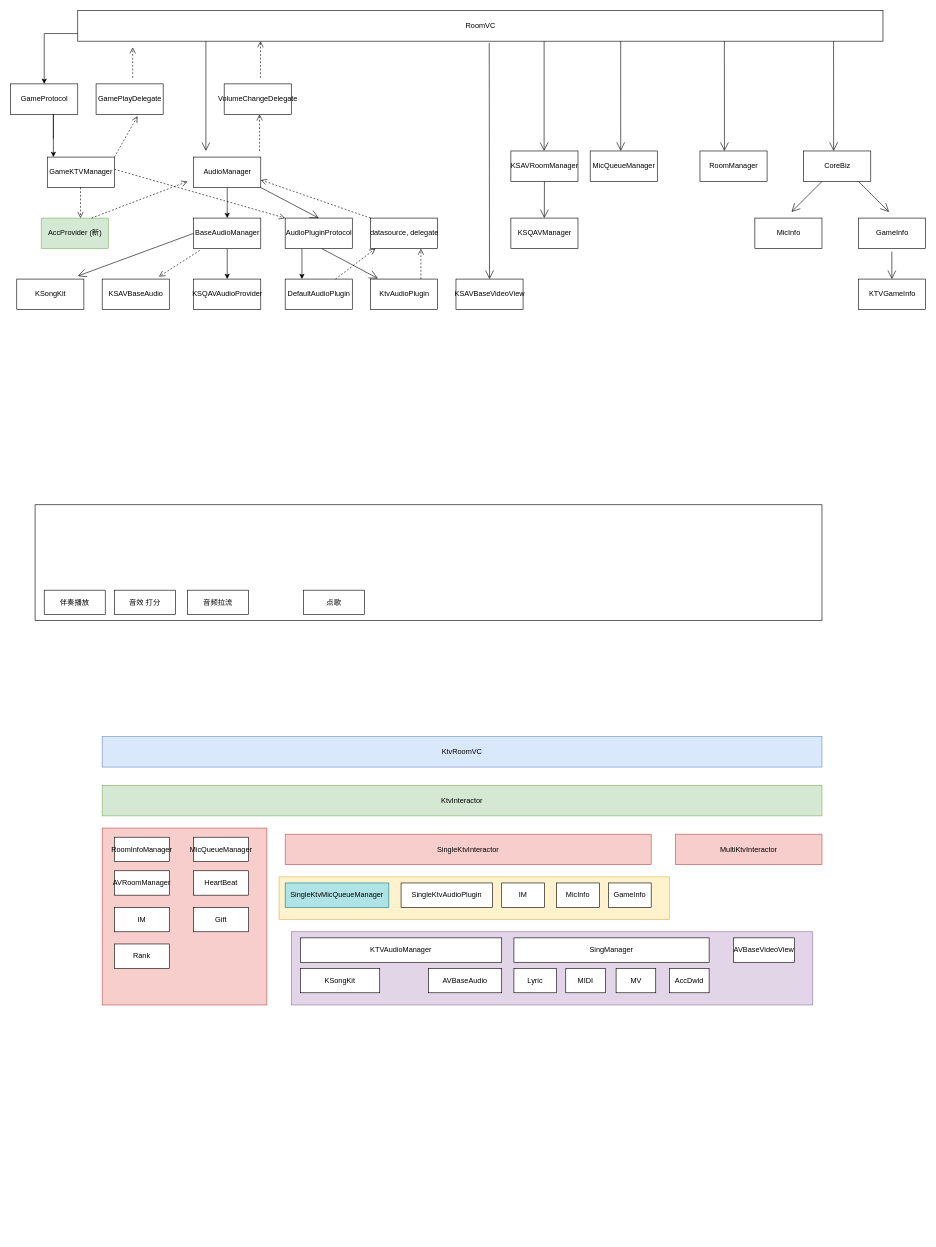
Above: KTVRoomFramework.drawio in lixianmao/App (draw.io), before the change. Source tidied: cells renumbered, new cells numbered last; positions are measured from the earlier drawing's top-left corner, leaving out a move shared by most shapes. Both pictures are drawn from the tidied source at 61%, with x=0, y=0 at pixel (10, 10).
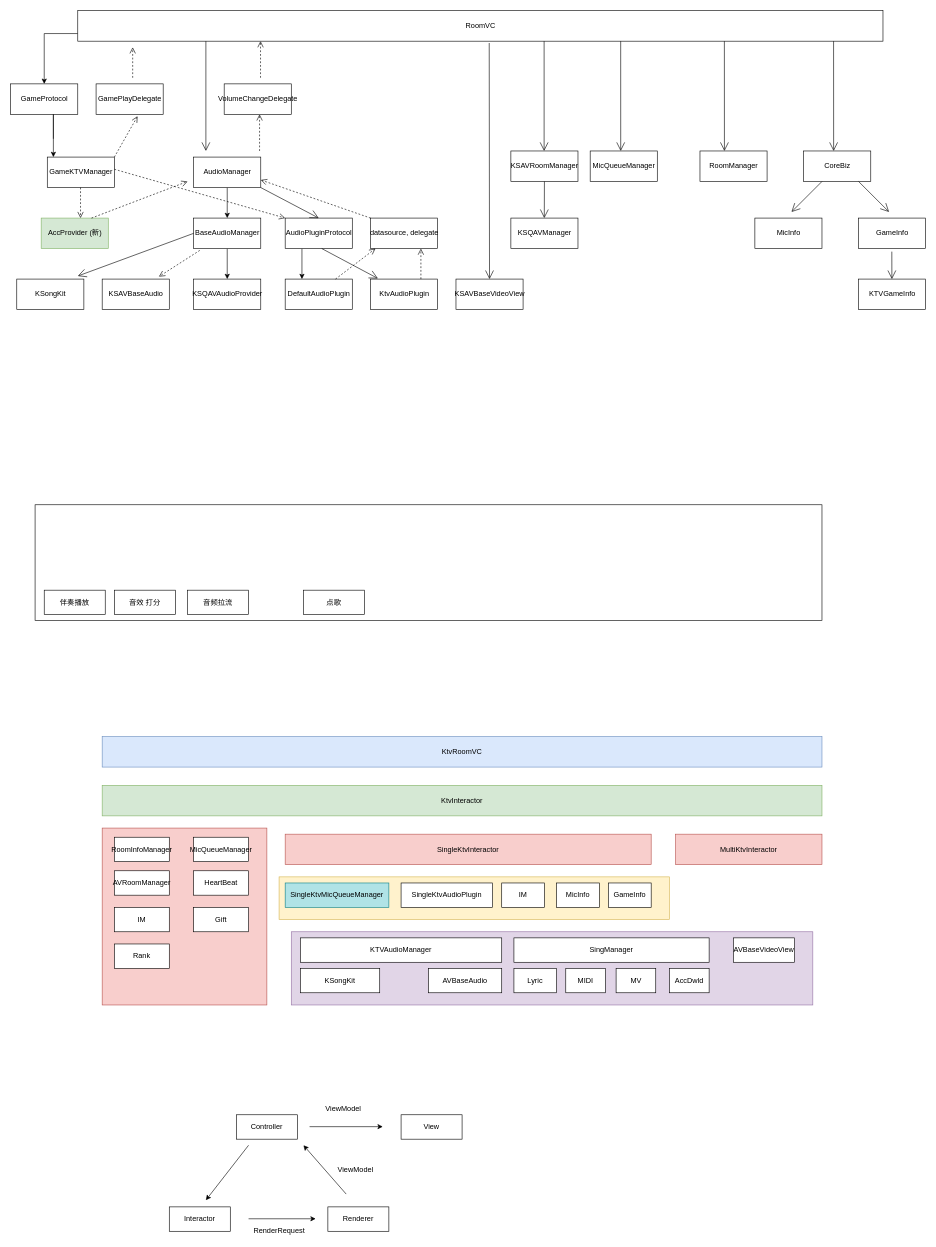
After the change.

Change to the diagram source:
```diff
@@
+    <mxCell id="88" value="Controller" style="rounded=0;whiteSpace=wrap;html=1;" parent="1" vertex="1">
+      <mxGeometry x="370" y="1810" width="100" height="40" as="geometry" />
+    </mxCell>
+    <mxCell id="89" value="Interactor" style="rounded=0;whiteSpace=wrap;html=1;" parent="1" vertex="1">
+      <mxGeometry x="260" y="1961" width="100" height="40" as="geometry" />
+    </mxCell>
+    <mxCell id="90" value="Renderer" style="rounded=0;whiteSpace=wrap;html=1;" parent="1" vertex="1">
+      <mxGeometry x="520" y="1961" width="100" height="40" as="geometry" />
+    </mxCell>
+    <mxCell id="91" value="View" style="rounded=0;whiteSpace=wrap;html=1;" parent="1" vertex="1">
+      <mxGeometry x="640" y="1810" width="100" height="40" as="geometry" />
+    </mxCell>
+    <mxCell id="92" style="endArrow=classic;html=1;" parent="1" edge="1">
+      <mxGeometry relative="1" as="geometry">
+        <mxPoint x="390" y="1860" as="sourcePoint" />
+        <mxPoint x="320" y="1950" as="targetPoint" />
+      </mxGeometry>
+    </mxCell>
+    <mxCell id="93" style="endArrow=classic;html=1;" parent="1" edge="1">
+      <mxGeometry relative="1" as="geometry">
+        <mxPoint x="390" y="1980.5" as="sourcePoint" />
+        <mxPoint x="500" y="1980.5" as="targetPoint" />
+      </mxGeometry>
+    </mxCell>
+    <mxCell id="94" style="endArrow=classic;html=1;" parent="1" edge="1">
+      <mxGeometry relative="1" as="geometry">
+        <mxPoint x="550" y="1940" as="sourcePoint" />
+        <mxPoint x="480" y="1860" as="targetPoint" />
+      </mxGeometry>
+    </mxCell>
+    <mxCell id="95" style="endArrow=classic;html=1;" parent="1" edge="1">
+      <mxGeometry relative="1" as="geometry">
+        <mxPoint x="490" y="1829.5" as="sourcePoint" />
+        <mxPoint x="610" y="1829.5" as="targetPoint" />
+      </mxGeometry>
+    </mxCell>
+    <mxCell id="96" value="RenderRequest" style="text;html=1;align=center;verticalAlign=middle;" parent="1" vertex="1">
+      <mxGeometry x="390" y="1990" width="100" height="20" as="geometry" />
+    </mxCell>
+    <mxCell id="97" value="ViewModel" style="text;html=1;align=center;verticalAlign=middle;" parent="1" vertex="1">
+      <mxGeometry x="530" y="1890" width="70" height="20" as="geometry" />
+    </mxCell>
+    <mxCell id="98" value="ViewModel" style="text;html=1;align=center;verticalAlign=middle;" parent="1" vertex="1">
+      <mxGeometry x="510" y="1790" width="70" height="20" as="geometry" />
+    </mxCell>
```
